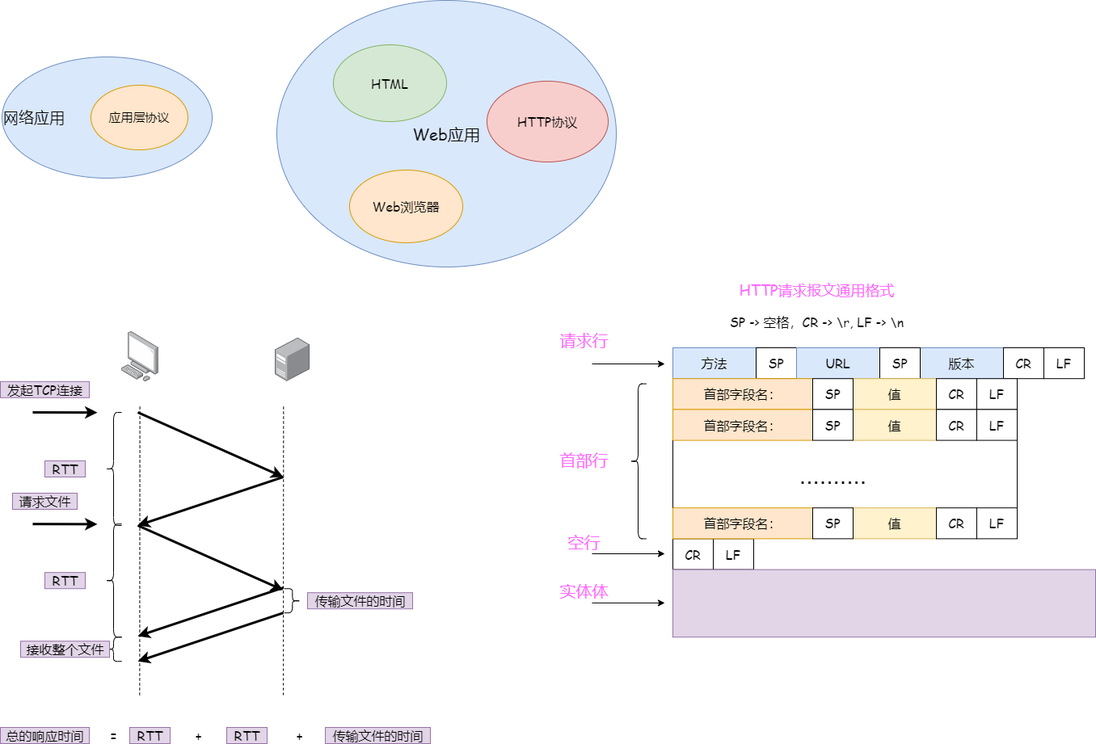
The draw.io diagram computer_network/应用层1.png in suchuhong/knowledgeImage, before a commit. Source tidied: cells renumbered, new cells last; positions are measured from the earlier drawing's top-left corner, leaving out a move shared by most shapes.
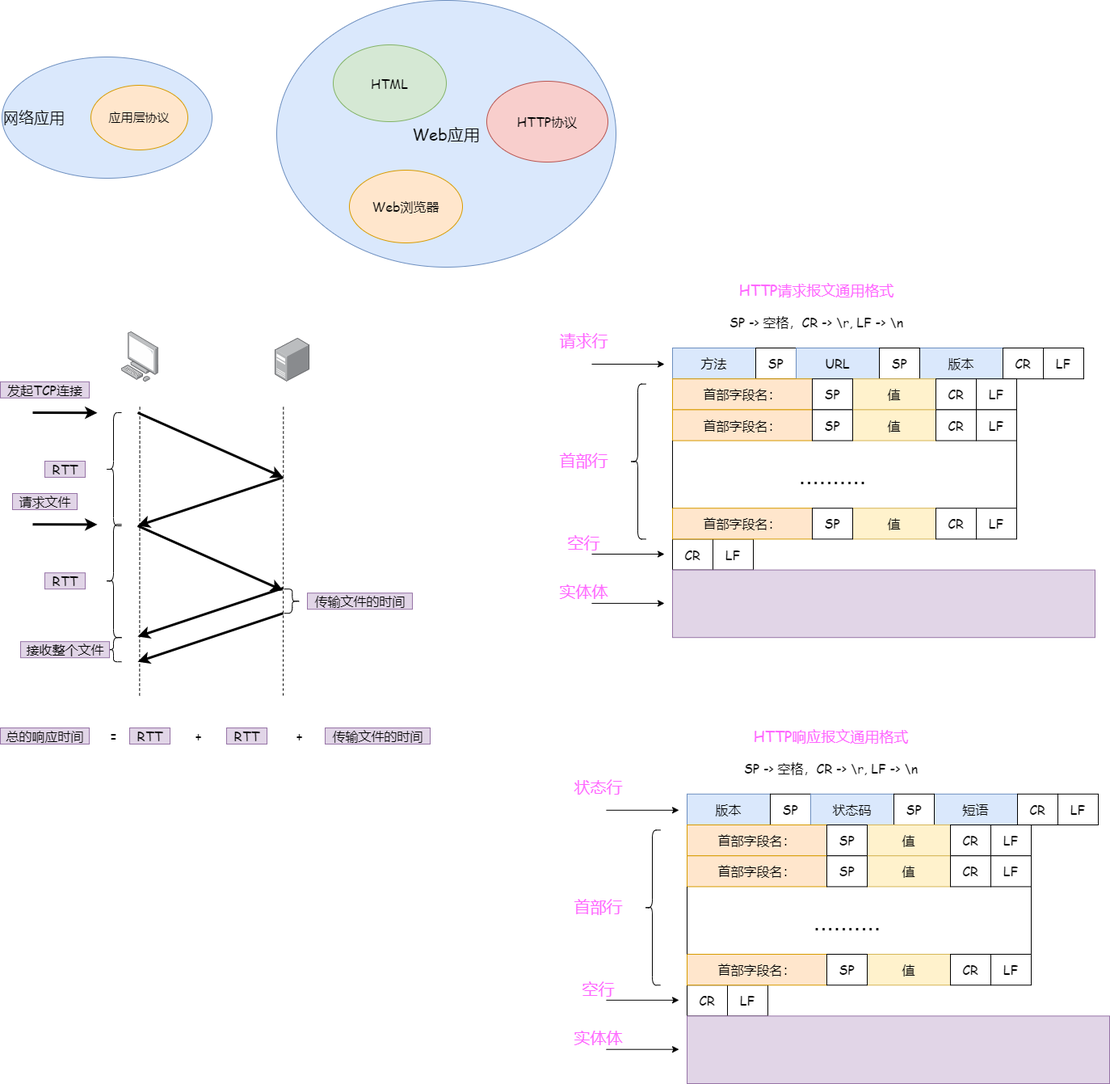
Later version of the same file.

Commit message:
更新应用层1.png

The edit, as a diff of the source:
```diff
@@ -256,5 +256,130 @@
     <mxCell id="73" value="&lt;font face=&quot;Comic Sans MS&quot; style=&quot;font-size: 20px&quot;&gt;实体体&lt;/font&gt;" style="text;html=1;align=center;verticalAlign=middle;fontColor=#FF66FF;" parent="1" vertex="1">
       <mxGeometry x="682" y="720" width="80" height="20" as="geometry" />
     </mxCell>
+    <mxCell id="74" value="&lt;font face=&quot;Comic Sans MS&quot; style=&quot;font-size: 16px&quot;&gt;CR&lt;/font&gt;" style="rounded=0;whiteSpace=wrap;html=1;sketch=0;gradientColor=none;" parent="1" vertex="1">
+      <mxGeometry x="850" y="1218.2" width="50" height="38.2" as="geometry" />
+    </mxCell>
+    <mxCell id="75" value="&lt;font face=&quot;Comic Sans MS&quot; style=&quot;font-size: 16px&quot;&gt;LF&lt;/font&gt;" style="rounded=0;whiteSpace=wrap;html=1;sketch=0;gradientColor=none;" parent="1" vertex="1">
+      <mxGeometry x="900" y="1218.2" width="50" height="38.2" as="geometry" />
+    </mxCell>
+    <mxCell id="76" value="&lt;font face=&quot;Comic Sans MS&quot; style=&quot;font-size: 16px&quot;&gt;版本&lt;/font&gt;" style="rounded=0;whiteSpace=wrap;html=1;sketch=0;fillColor=#dae8fc;strokeColor=#6c8ebf;" parent="1" vertex="1">
+      <mxGeometry x="850" y="981.8" width="103" height="38.2" as="geometry" />
+    </mxCell>
+    <mxCell id="77" value="&lt;font style=&quot;font-size: 18px&quot; face=&quot;Comic Sans MS&quot;&gt;HTTP响应报文通用格式&lt;/font&gt;" style="text;html=1;align=center;verticalAlign=middle;fontColor=#FF66FF;" parent="1" vertex="1">
+      <mxGeometry x="923" y="900" width="210" height="20" as="geometry" />
+    </mxCell>
+    <mxCell id="78" value="&lt;font face=&quot;Comic Sans MS&quot; style=&quot;font-size: 16px&quot;&gt;SP&lt;/font&gt;" style="rounded=0;whiteSpace=wrap;html=1;sketch=0;gradientColor=none;" parent="1" vertex="1">
+      <mxGeometry x="953" y="981.8" width="50" height="38.2" as="geometry" />
+    </mxCell>
+    <mxCell id="79" value="&lt;font color=&quot;#000000&quot; face=&quot;Comic Sans MS&quot; style=&quot;font-size: 16px&quot;&gt;SP -&amp;gt; 空格，CR -&amp;gt; \r, LF -&amp;gt; \n&lt;/font&gt;" style="text;html=1;align=center;verticalAlign=middle;fontColor=#FF66FF;" parent="1" vertex="1">
+      <mxGeometry x="913" y="940" width="230" height="20" as="geometry" />
+    </mxCell>
+    <mxCell id="80" value="&lt;font face=&quot;Comic Sans MS&quot; style=&quot;font-size: 16px&quot;&gt;状态码&lt;br&gt;&lt;/font&gt;" style="rounded=0;whiteSpace=wrap;html=1;sketch=0;fillColor=#dae8fc;strokeColor=#6c8ebf;" parent="1" vertex="1">
+      <mxGeometry x="1003" y="981.8" width="103" height="38.2" as="geometry" />
+    </mxCell>
+    <mxCell id="81" value="&lt;font face=&quot;Comic Sans MS&quot;&gt;&lt;span style=&quot;font-size: 16px&quot;&gt;短语&lt;/span&gt;&lt;/font&gt;" style="rounded=0;whiteSpace=wrap;html=1;sketch=0;fillColor=#dae8fc;strokeColor=#6c8ebf;" parent="1" vertex="1">
+      <mxGeometry x="1156" y="981.8" width="103" height="38.2" as="geometry" />
+    </mxCell>
+    <mxCell id="82" value="&lt;font face=&quot;Comic Sans MS&quot; style=&quot;font-size: 16px&quot;&gt;SP&lt;/font&gt;" style="rounded=0;whiteSpace=wrap;html=1;sketch=0;gradientColor=none;" parent="1" vertex="1">
+      <mxGeometry x="1106" y="981.8" width="50" height="38.2" as="geometry" />
+    </mxCell>
+    <mxCell id="83" value="&lt;font face=&quot;Comic Sans MS&quot; style=&quot;font-size: 16px&quot;&gt;CR&lt;/font&gt;" style="rounded=0;whiteSpace=wrap;html=1;sketch=0;gradientColor=none;" parent="1" vertex="1">
+      <mxGeometry x="1259" y="981.8" width="50" height="38.2" as="geometry" />
+    </mxCell>
+    <mxCell id="84" value="&lt;font face=&quot;Comic Sans MS&quot; style=&quot;font-size: 16px&quot;&gt;LF&lt;/font&gt;" style="rounded=0;whiteSpace=wrap;html=1;sketch=0;gradientColor=none;" parent="1" vertex="1">
+      <mxGeometry x="1309" y="981.8" width="50" height="38.2" as="geometry" />
+    </mxCell>
+    <mxCell id="85" value="&lt;font face=&quot;Comic Sans MS&quot; style=&quot;font-size: 16px&quot;&gt;首部字段名：&lt;br&gt;&lt;/font&gt;" style="rounded=0;whiteSpace=wrap;html=1;sketch=0;fillColor=#ffe6cc;strokeColor=#d79b00;" parent="1" vertex="1">
+      <mxGeometry x="850" y="1020" width="173" height="38.2" as="geometry" />
+    </mxCell>
+    <mxCell id="86" value="&lt;font face=&quot;Comic Sans MS&quot;&gt;&lt;span style=&quot;font-size: 16px&quot;&gt;值&lt;/span&gt;&lt;/font&gt;" style="rounded=0;whiteSpace=wrap;html=1;sketch=0;fillColor=#fff2cc;strokeColor=#d6b656;" parent="1" vertex="1">
+      <mxGeometry x="1073" y="1020" width="103" height="38.2" as="geometry" />
+    </mxCell>
+    <mxCell id="87" value="&lt;font face=&quot;Comic Sans MS&quot; style=&quot;font-size: 16px&quot;&gt;SP&lt;/font&gt;" style="rounded=0;whiteSpace=wrap;html=1;sketch=0;gradientColor=none;" parent="1" vertex="1">
+      <mxGeometry x="1023" y="1020" width="50" height="38.2" as="geometry" />
+    </mxCell>
+    <mxCell id="88" value="&lt;font face=&quot;Comic Sans MS&quot; style=&quot;font-size: 16px&quot;&gt;CR&lt;/font&gt;" style="rounded=0;whiteSpace=wrap;html=1;sketch=0;gradientColor=none;" parent="1" vertex="1">
+      <mxGeometry x="1176" y="1020" width="50" height="38.2" as="geometry" />
+    </mxCell>
+    <mxCell id="89" value="&lt;font face=&quot;Comic Sans MS&quot; style=&quot;font-size: 16px&quot;&gt;LF&lt;/font&gt;" style="rounded=0;whiteSpace=wrap;html=1;sketch=0;gradientColor=none;" parent="1" vertex="1">
+      <mxGeometry x="1226" y="1020" width="50" height="38.2" as="geometry" />
+    </mxCell>
+    <mxCell id="90" value="&lt;font face=&quot;Comic Sans MS&quot; style=&quot;font-size: 16px&quot;&gt;首部字段名：&lt;br&gt;&lt;/font&gt;" style="rounded=0;whiteSpace=wrap;html=1;sketch=0;fillColor=#ffe6cc;strokeColor=#d79b00;" parent="1" vertex="1">
+      <mxGeometry x="850" y="1058.2" width="173" height="38.2" as="geometry" />
+    </mxCell>
+    <mxCell id="91" value="&lt;font face=&quot;Comic Sans MS&quot;&gt;&lt;span style=&quot;font-size: 16px&quot;&gt;值&lt;/span&gt;&lt;/font&gt;" style="rounded=0;whiteSpace=wrap;html=1;sketch=0;fillColor=#fff2cc;strokeColor=#d6b656;" parent="1" vertex="1">
+      <mxGeometry x="1073" y="1058.2" width="103" height="38.2" as="geometry" />
+    </mxCell>
+    <mxCell id="92" value="&lt;font face=&quot;Comic Sans MS&quot; style=&quot;font-size: 16px&quot;&gt;SP&lt;/font&gt;" style="rounded=0;whiteSpace=wrap;html=1;sketch=0;gradientColor=none;" parent="1" vertex="1">
+      <mxGeometry x="1023" y="1058.2" width="50" height="38.2" as="geometry" />
+    </mxCell>
+    <mxCell id="93" value="&lt;font face=&quot;Comic Sans MS&quot; style=&quot;font-size: 16px&quot;&gt;CR&lt;/font&gt;" style="rounded=0;whiteSpace=wrap;html=1;sketch=0;gradientColor=none;" parent="1" vertex="1">
+      <mxGeometry x="1176" y="1058.2" width="50" height="38.2" as="geometry" />
+    </mxCell>
+    <mxCell id="94" value="&lt;font face=&quot;Comic Sans MS&quot; style=&quot;font-size: 16px&quot;&gt;LF&lt;/font&gt;" style="rounded=0;whiteSpace=wrap;html=1;sketch=0;gradientColor=none;" parent="1" vertex="1">
+      <mxGeometry x="1226" y="1058.2" width="50" height="38.2" as="geometry" />
+    </mxCell>
+    <mxCell id="95" value="&lt;font face=&quot;Comic Sans MS&quot; style=&quot;font-size: 16px&quot;&gt;首部字段名：&lt;br&gt;&lt;/font&gt;" style="rounded=0;whiteSpace=wrap;html=1;sketch=0;fillColor=#ffe6cc;strokeColor=#d79b00;" parent="1" vertex="1">
+      <mxGeometry x="850" y="1180" width="173" height="38.2" as="geometry" />
+    </mxCell>
+    <mxCell id="96" value="&lt;font face=&quot;Comic Sans MS&quot;&gt;&lt;span style=&quot;font-size: 16px&quot;&gt;值&lt;/span&gt;&lt;/font&gt;" style="rounded=0;whiteSpace=wrap;html=1;sketch=0;fillColor=#fff2cc;strokeColor=#d6b656;" parent="1" vertex="1">
+      <mxGeometry x="1073" y="1180" width="103" height="38.2" as="geometry" />
+    </mxCell>
+    <mxCell id="97" value="&lt;font face=&quot;Comic Sans MS&quot; style=&quot;font-size: 16px&quot;&gt;SP&lt;/font&gt;" style="rounded=0;whiteSpace=wrap;html=1;sketch=0;gradientColor=none;" parent="1" vertex="1">
+      <mxGeometry x="1023" y="1180" width="50" height="38.2" as="geometry" />
+    </mxCell>
+    <mxCell id="98" value="&lt;font face=&quot;Comic Sans MS&quot; style=&quot;font-size: 16px&quot;&gt;CR&lt;/font&gt;" style="rounded=0;whiteSpace=wrap;html=1;sketch=0;gradientColor=none;" parent="1" vertex="1">
+      <mxGeometry x="1176" y="1180" width="50" height="38.2" as="geometry" />
+    </mxCell>
+    <mxCell id="99" value="&lt;font face=&quot;Comic Sans MS&quot; style=&quot;font-size: 16px&quot;&gt;LF&lt;/font&gt;" style="rounded=0;whiteSpace=wrap;html=1;sketch=0;gradientColor=none;" parent="1" vertex="1">
+      <mxGeometry x="1226" y="1180" width="50" height="38.2" as="geometry" />
+    </mxCell>
+    <mxCell id="100" style="endArrow=none;html=1;strokeWidth=1;fontColor=#FF66FF;exitX=0;exitY=0;exitDx=0;exitDy=0;" parent="1" edge="1" source="95">
+      <mxGeometry relative="1" as="geometry">
+        <mxPoint x="850" y="1096.4" as="targetPoint" />
+      </mxGeometry>
+    </mxCell>
+    <mxCell id="101" style="endArrow=none;html=1;strokeWidth=1;fontColor=#FF66FF;entryX=1;entryY=1;entryDx=0;entryDy=0;exitX=1;exitY=0;exitDx=0;exitDy=0;" parent="1" edge="1" source="99" target="94">
+      <mxGeometry relative="1" as="geometry" />
+    </mxCell>
+    <mxCell id="102" value="&lt;font color=&quot;#000000&quot; style=&quot;font-size: 30px&quot;&gt;..........&lt;/font&gt;" style="text;html=1;align=center;verticalAlign=middle;fontColor=#FF66FF;" parent="1" vertex="1">
+      <mxGeometry x="998" y="1130" width="100" height="20" as="geometry" />
+    </mxCell>
+    <mxCell id="103" style="rounded=0;whiteSpace=wrap;html=1;sketch=0;fillColor=#e1d5e7;strokeColor=#9673a6;" parent="1" vertex="1">
+      <mxGeometry x="850" y="1256.4" width="523" height="83.6" as="geometry" />
+    </mxCell>
+    <mxCell id="104" style="endArrow=classic;html=1;strokeWidth=1;fontColor=#FF66FF;" parent="1" edge="1">
+      <mxGeometry relative="1" as="geometry">
+        <mxPoint x="750" y="1001.8" as="sourcePoint" />
+        <mxPoint x="840" y="1001.8" as="targetPoint" />
+      </mxGeometry>
+    </mxCell>
+    <mxCell id="105" style="shape=curlyBracket;whiteSpace=wrap;html=1;rounded=1;sketch=0;gradientColor=none;fontColor=#FF66FF;" parent="1" vertex="1">
+      <mxGeometry x="797" y="1026.4" width="20" height="191.8" as="geometry" />
+    </mxCell>
+    <mxCell id="106" style="endArrow=classic;html=1;strokeWidth=1;fontColor=#FF66FF;" parent="1" edge="1">
+      <mxGeometry relative="1" as="geometry">
+        <mxPoint x="750" y="1236.8" as="sourcePoint" />
+        <mxPoint x="840" y="1236.8" as="targetPoint" />
+      </mxGeometry>
+    </mxCell>
+    <mxCell id="107" style="endArrow=classic;html=1;strokeWidth=1;fontColor=#FF66FF;" parent="1" edge="1">
+      <mxGeometry relative="1" as="geometry">
+        <mxPoint x="750" y="1297.7" as="sourcePoint" />
+        <mxPoint x="840" y="1297.7" as="targetPoint" />
+      </mxGeometry>
+    </mxCell>
+    <mxCell id="108" value="&lt;font face=&quot;Comic Sans MS&quot; style=&quot;font-size: 20px&quot;&gt;状态行&lt;/font&gt;" style="text;html=1;align=center;verticalAlign=middle;fontColor=#FF66FF;" parent="1" vertex="1">
+      <mxGeometry x="700" y="961.8" width="80" height="20" as="geometry" />
+    </mxCell>
+    <mxCell id="109" value="&lt;font face=&quot;Comic Sans MS&quot; style=&quot;font-size: 20px&quot;&gt;首部行&lt;/font&gt;" style="text;html=1;align=center;verticalAlign=middle;fontColor=#FF66FF;" parent="1" vertex="1">
+      <mxGeometry x="700" y="1110" width="80" height="20" as="geometry" />
+    </mxCell>
+    <mxCell id="110" value="&lt;font face=&quot;Comic Sans MS&quot; style=&quot;font-size: 20px&quot;&gt;空行&lt;/font&gt;" style="text;html=1;align=center;verticalAlign=middle;fontColor=#FF66FF;" parent="1" vertex="1">
+      <mxGeometry x="710" y="1211.8" width="60" height="20" as="geometry" />
+    </mxCell>
+    <mxCell id="111" value="&lt;font face=&quot;Comic Sans MS&quot; style=&quot;font-size: 20px&quot;&gt;实体体&lt;/font&gt;" style="text;html=1;align=center;verticalAlign=middle;fontColor=#FF66FF;" parent="1" vertex="1">
+      <mxGeometry x="700" y="1271.8" width="80" height="20" as="geometry" />
+    </mxCell>
   </root>
 </mxGraphModel>
```
